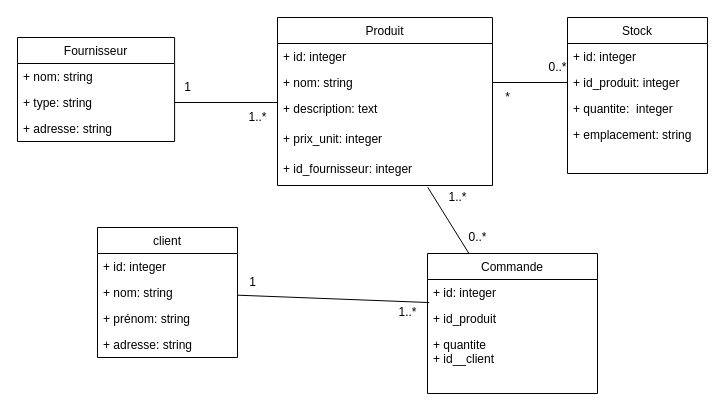
antonio150/gestion_stock keeps this draw.io diagram as conception/diagramme_classe.drawio. Above is the earlier version. Source tidied: cells renumbered, new cells numbered last; positions are measured from the earlier drawing's top-left corner, leaving out a move shared by most shapes. Both pictures are drawn from the tidied source at 100%, with x=0, y=0 at pixel (17, 17).
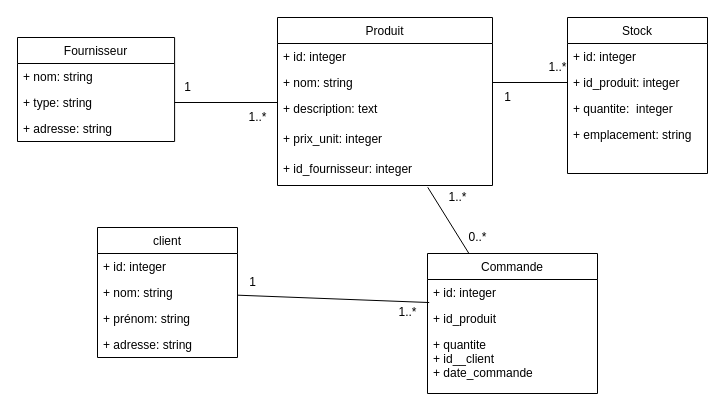
After the change.

Unchanged cells that the change refers to:
```xml
<mxCell id="24" value="Commande" style="swimlane;fontStyle=0;horizontal=1;startSize=26;fillColor=none;glass=0;" parent="1" vertex="1">
  <mxGeometry x="410" y="236" width="170" height="140" as="geometry" />
</mxCell>
```

What changed in the source:
```diff
@@
-    <mxCell id="27" value="+ quantite&#10;+ id__client&#10;" style="text;strokeColor=none;fillColor=none;align=left;verticalAlign=top;spacingLeft=4;spacingRight=4;overflow=hidden;glass=0;" parent="24" vertex="1">
+    <mxCell id="27" value="+ quantite&#10;+ id__client&#10;+ date_commande" style="text;strokeColor=none;fillColor=none;align=left;verticalAlign=top;spacingLeft=4;spacingRight=4;overflow=hidden;glass=0;" parent="24" vertex="1">
       <mxGeometry y="78" width="170" height="62" as="geometry" />
     </mxCell>
@@
-    <mxCell id="34" value="*" style="text;html=1;align=center;verticalAlign=middle;strokeColor=none;fillColor=none;" parent="1" vertex="1">
+    <mxCell id="34" value="1" style="text;html=1;align=center;verticalAlign=middle;strokeColor=none;fillColor=none;" parent="1" vertex="1">
       <mxGeometry x="475" y="65" width="30" height="30" as="geometry" />
     </mxCell>
-    <mxCell id="35" value="0..*" style="text;html=1;align=center;verticalAlign=middle;strokeColor=none;fillColor=none;" parent="1" vertex="1">
+    <mxCell id="35" value="1..*" style="text;html=1;align=center;verticalAlign=middle;strokeColor=none;fillColor=none;" parent="1" vertex="1">
       <mxGeometry x="520" y="35" width="40" height="30" as="geometry" />
     </mxCell>
```
